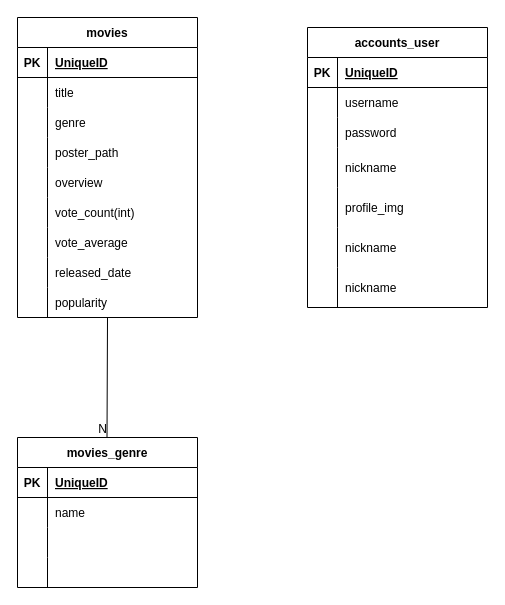
Earlier version of the draw.io diagram Untitled Diagram.drawio (jy-lee0626/Movie_Project). Source tidied: cells renumbered, new cells numbered last; positions are measured from the earlier drawing's top-left corner, leaving out a move shared by most shapes. Both pictures are drawn from the tidied source at 100%, with x=0, y=0 at pixel (17, 17).
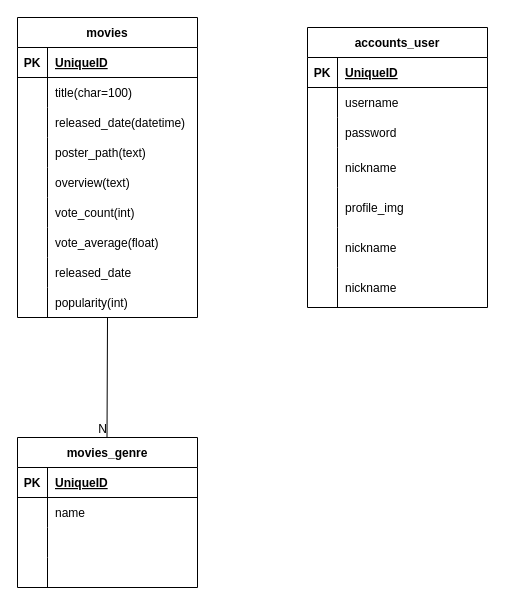
Above is the later version.

The change refers to these unchanged cells:
```xml
<mxCell id="28" style="shape=tableRow;horizontal=0;startSize=0;swimlaneHead=0;swimlaneBody=0;fillColor=none;top=0;left=0;right=0;bottom=0;" parent="24" vertex="1">
  <mxGeometry y="60" width="180" height="30" as="geometry" />
</mxCell>
<mxCell id="31" style="shape=tableRow;horizontal=0;startSize=0;swimlaneHead=0;swimlaneBody=0;fillColor=none;top=0;left=0;right=0;bottom=0;" parent="24" vertex="1">
  <mxGeometry y="90" width="180" height="30" as="geometry" />
</mxCell>
<mxCell id="34" style="shape=tableRow;horizontal=0;startSize=0;swimlaneHead=0;swimlaneBody=0;fillColor=none;top=0;left=0;right=0;bottom=0;" parent="24" vertex="1">
  <mxGeometry y="120" width="180" height="30" as="geometry" />
</mxCell>
<mxCell id="37" style="shape=tableRow;horizontal=0;startSize=0;swimlaneHead=0;swimlaneBody=0;fillColor=none;top=0;left=0;right=0;bottom=0;" parent="24" vertex="1">
  <mxGeometry y="150" width="180" height="30" as="geometry" />
</mxCell>
<mxCell id="43" style="shape=tableRow;horizontal=0;startSize=0;swimlaneHead=0;swimlaneBody=0;fillColor=none;top=0;left=0;right=0;bottom=0;" parent="24" vertex="1">
  <mxGeometry y="210" width="180" height="30" as="geometry" />
</mxCell>
<mxCell id="49" style="shape=tableRow;horizontal=0;startSize=0;swimlaneHead=0;swimlaneBody=0;fillColor=none;top=0;left=0;right=0;bottom=0;" parent="24" vertex="1">
  <mxGeometry y="270" width="180" height="30" as="geometry" />
</mxCell>
```

Change to the diagram source:
```diff
@@
-    <mxCell id="30" value="title" style="shape=partialRectangle;fillColor=none;top=0;left=0;bottom=0;right=0;align=left;spacingLeft=6;overflow=hidden;" parent="28" vertex="1">
+    <mxCell id="30" value="title(char=100)" style="shape=partialRectangle;fillColor=none;top=0;left=0;bottom=0;right=0;align=left;spacingLeft=6;overflow=hidden;" parent="28" vertex="1">
       <mxGeometry x="30" width="150" height="30" as="geometry" />
     </mxCell>
@@
-    <mxCell id="33" value="genre" style="shape=partialRectangle;fillColor=none;top=0;left=0;bottom=0;right=0;align=left;spacingLeft=6;overflow=hidden;" parent="31" vertex="1">
+    <mxCell id="33" value="released_date(datetime)" style="shape=partialRectangle;fillColor=none;top=0;left=0;bottom=0;right=0;align=left;spacingLeft=6;overflow=hidden;" parent="31" vertex="1">
       <mxGeometry x="30" width="150" height="30" as="geometry" />
     </mxCell>
@@
-    <mxCell id="36" value="poster_path" style="shape=partialRectangle;fillColor=none;top=0;left=0;bottom=0;right=0;align=left;spacingLeft=6;overflow=hidden;" parent="34" vertex="1">
+    <mxCell id="36" value="poster_path(text)" style="shape=partialRectangle;fillColor=none;top=0;left=0;bottom=0;right=0;align=left;spacingLeft=6;overflow=hidden;" parent="34" vertex="1">
       <mxGeometry x="30" width="150" height="30" as="geometry" />
     </mxCell>
@@
-    <mxCell id="39" value="overview" style="shape=partialRectangle;fillColor=none;top=0;left=0;bottom=0;right=0;align=left;spacingLeft=6;overflow=hidden;" parent="37" vertex="1">
+    <mxCell id="39" value="overview(text)" style="shape=partialRectangle;fillColor=none;top=0;left=0;bottom=0;right=0;align=left;spacingLeft=6;overflow=hidden;" parent="37" vertex="1">
       <mxGeometry x="30" width="150" height="30" as="geometry" />
     </mxCell>
@@
-    <mxCell id="45" value="vote_average" style="shape=partialRectangle;fillColor=none;top=0;left=0;bottom=0;right=0;align=left;spacingLeft=6;overflow=hidden;" parent="43" vertex="1">
+    <mxCell id="45" value="vote_average(float)" style="shape=partialRectangle;fillColor=none;top=0;left=0;bottom=0;right=0;align=left;spacingLeft=6;overflow=hidden;" parent="43" vertex="1">
       <mxGeometry x="30" width="150" height="30" as="geometry" />
     </mxCell>
@@
-    <mxCell id="51" value="popularity" style="shape=partialRectangle;fillColor=none;top=0;left=0;bottom=0;right=0;align=left;spacingLeft=6;overflow=hidden;" parent="49" vertex="1">
+    <mxCell id="51" value="popularity(int)" style="shape=partialRectangle;fillColor=none;top=0;left=0;bottom=0;right=0;align=left;spacingLeft=6;overflow=hidden;" parent="49" vertex="1">
       <mxGeometry x="30" width="150" height="30" as="geometry" />
     </mxCell>
```
